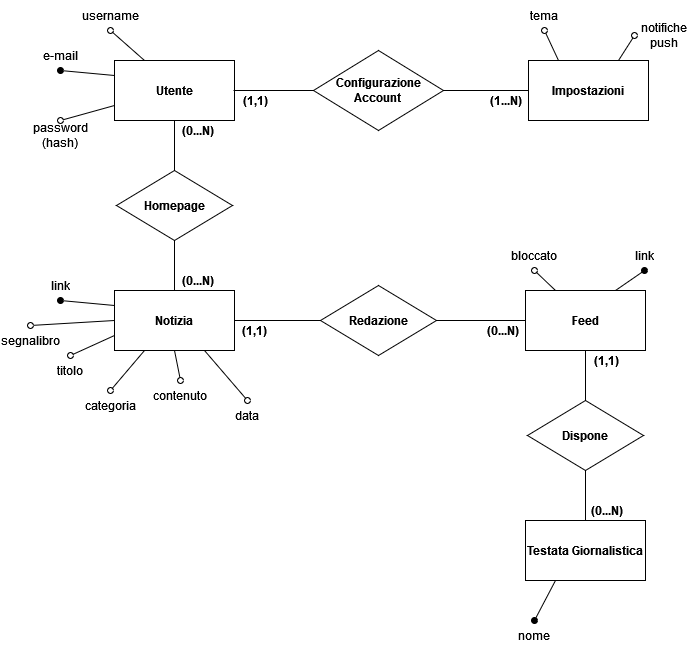
Above: database/ER_app.png in Franc-Zar/Feed-You (draw.io), before the change. Source tidied: cells renumbered, new cells last; positions are measured from the earlier drawing's top-left corner, leaving out a move shared by most shapes.
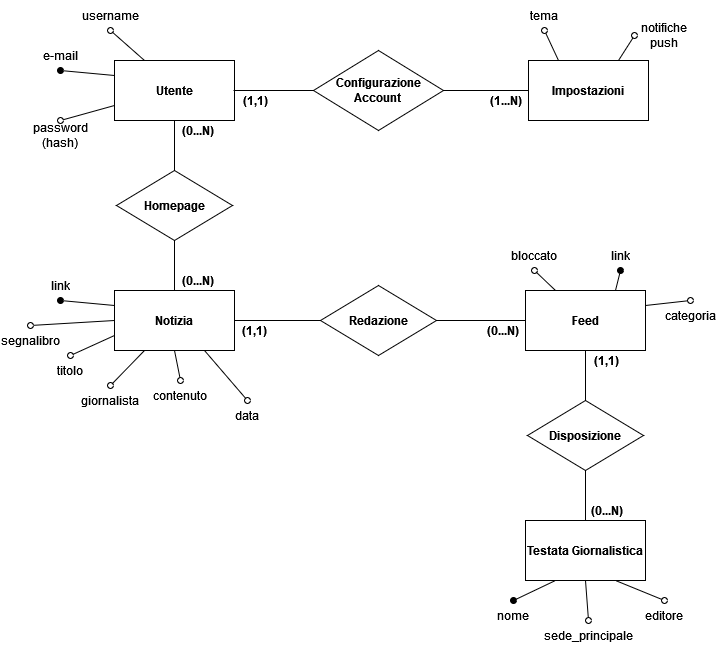
After the change.

The edit, as a diff of the source:
```diff
@@ -33,7 +33,7 @@
       <mxGeometry relative="1" as="geometry" />
     </mxCell>
     <mxCell id="12" value="link" style="text;html=1;strokeColor=none;fillColor=none;align=center;verticalAlign=middle;whiteSpace=wrap;rounded=0;" parent="1" vertex="1">
-      <mxGeometry x="614" y="240" width="60" height="30" as="geometry" />
+      <mxGeometry x="590" y="240" width="60" height="30" as="geometry" />
     </mxCell>
     <mxCell id="13" style="edgeStyle=orthogonalEdgeStyle;rounded=0;jettySize=auto;html=1;exitX=0.5;exitY=0;exitDx=0;exitDy=0;entryX=0.5;entryY=1;entryDx=0;entryDy=0;endArrow=none;endFill=0;" parent="1" edge="1" source="15" target="2">
       <mxGeometry relative="1" as="geometry" />
@@ -104,11 +104,11 @@
     <mxCell id="35" value="&lt;b&gt;(1,1)&lt;/b&gt;" style="text;html=1;strokeColor=none;fillColor=none;align=center;verticalAlign=middle;whiteSpace=wrap;rounded=0;" parent="1" vertex="1">
       <mxGeometry x="232" y="320" width="45" height="20" as="geometry" />
     </mxCell>
-    <mxCell id="36" style="endArrow=oval;html=1;rounded=0;exitX=0.25;exitY=1;exitDx=0;exitDy=0;endFill=0;entryX=0.5;entryY=0;entryDx=0;entryDy=0;" parent="1" edge="1" source="26" target="37">
+    <mxCell id="36" style="endArrow=oval;html=1;rounded=0;exitX=1;exitY=0.25;exitDx=0;exitDy=0;endFill=0;entryX=0.5;entryY=0;entryDx=0;entryDy=0;" parent="1" edge="1" source="10" target="37">
       <mxGeometry relative="1" as="geometry" />
     </mxCell>
     <mxCell id="37" value="categoria" style="text;html=1;strokeColor=none;fillColor=none;align=center;verticalAlign=middle;whiteSpace=wrap;rounded=0;" parent="1" vertex="1">
-      <mxGeometry x="80" y="390" width="60" height="30" as="geometry" />
+      <mxGeometry x="660" y="300" width="60" height="30" as="geometry" />
     </mxCell>
     <mxCell id="38" style="endArrow=oval;html=1;rounded=0;exitX=0.5;exitY=1;exitDx=0;exitDy=0;endFill=0;entryX=0.5;entryY=0;entryDx=0;entryDy=0;" parent="1" edge="1" source="26" target="39">
       <mxGeometry relative="1" as="geometry" />
@@ -132,7 +132,7 @@
       <mxGeometry relative="1" as="geometry" />
     </mxCell>
     <mxCell id="45" value="nome" style="text;html=1;strokeColor=none;fillColor=none;align=center;verticalAlign=middle;whiteSpace=wrap;rounded=0;" parent="1" vertex="1">
-      <mxGeometry x="504" y="620" width="60" height="30" as="geometry" />
+      <mxGeometry x="483" y="600" width="60" height="30" as="geometry" />
     </mxCell>
     <mxCell id="46" value="&lt;b&gt;(0...N)&lt;/b&gt;" style="text;html=1;strokeColor=none;fillColor=none;align=center;verticalAlign=middle;whiteSpace=wrap;rounded=0;" parent="1" vertex="1">
       <mxGeometry x="584" y="500" width="45" height="20" as="geometry" />
@@ -140,7 +140,7 @@
     <mxCell id="47" style="edgeStyle=orthogonalEdgeStyle;rounded=0;jettySize=auto;html=1;exitX=0.5;exitY=1;exitDx=0;exitDy=0;entryX=0.5;entryY=0;entryDx=0;entryDy=0;endArrow=none;endFill=0;" parent="1" edge="1" source="48" target="43">
       <mxGeometry relative="1" as="geometry" />
     </mxCell>
-    <mxCell id="48" value="&lt;b&gt;Dispone&lt;/b&gt;" style="rhombus;whiteSpace=wrap;html=1;" parent="1" vertex="1">
+    <mxCell id="48" value="&lt;b&gt;Disposizione&lt;/b&gt;" style="rhombus;whiteSpace=wrap;html=1;" parent="1" vertex="1">
       <mxGeometry x="527" y="400" width="116" height="70" as="geometry" />
     </mxCell>
     <mxCell id="49" value="&lt;b&gt;(1,1)&lt;/b&gt;" style="text;html=1;strokeColor=none;fillColor=none;align=center;verticalAlign=middle;whiteSpace=wrap;rounded=0;" parent="1" vertex="1">
@@ -166,5 +166,23 @@
         </Array>
       </mxGeometry>
     </mxCell>
+    <mxCell id="55" style="endArrow=oval;html=1;rounded=0;exitX=0.5;exitY=1;exitDx=0;exitDy=0;endFill=0;entryX=0.5;entryY=0;entryDx=0;entryDy=0;" parent="1" edge="1" source="43" target="56">
+      <mxGeometry relative="1" as="geometry" />
+    </mxCell>
+    <mxCell id="56" value="sede_principale" style="text;html=1;strokeColor=none;fillColor=none;align=center;verticalAlign=middle;whiteSpace=wrap;rounded=0;" parent="1" vertex="1">
+      <mxGeometry x="558" y="620" width="60" height="30" as="geometry" />
+    </mxCell>
+    <mxCell id="57" style="endArrow=oval;html=1;rounded=0;exitX=0.25;exitY=1;exitDx=0;exitDy=0;endFill=0;entryX=0.5;entryY=0;entryDx=0;entryDy=0;" parent="1" edge="1" source="26" target="58">
+      <mxGeometry relative="1" as="geometry" />
+    </mxCell>
+    <mxCell id="58" value="&lt;div&gt;giornalista&lt;/div&gt;" style="text;html=1;strokeColor=none;fillColor=none;align=center;verticalAlign=middle;whiteSpace=wrap;rounded=0;" parent="1" vertex="1">
+      <mxGeometry x="80" y="385" width="60" height="30" as="geometry" />
+    </mxCell>
+    <mxCell id="59" style="endArrow=oval;html=1;rounded=0;exitX=0.75;exitY=1;exitDx=0;exitDy=0;endFill=0;entryX=0.5;entryY=0;entryDx=0;entryDy=0;" parent="1" edge="1" source="43" target="60">
+      <mxGeometry relative="1" as="geometry" />
+    </mxCell>
+    <mxCell id="60" value="editore" style="text;html=1;strokeColor=none;fillColor=none;align=center;verticalAlign=middle;whiteSpace=wrap;rounded=0;" parent="1" vertex="1">
+      <mxGeometry x="634" y="600" width="60" height="30" as="geometry" />
+    </mxCell>
   </root>
 </mxGraphModel>
```
